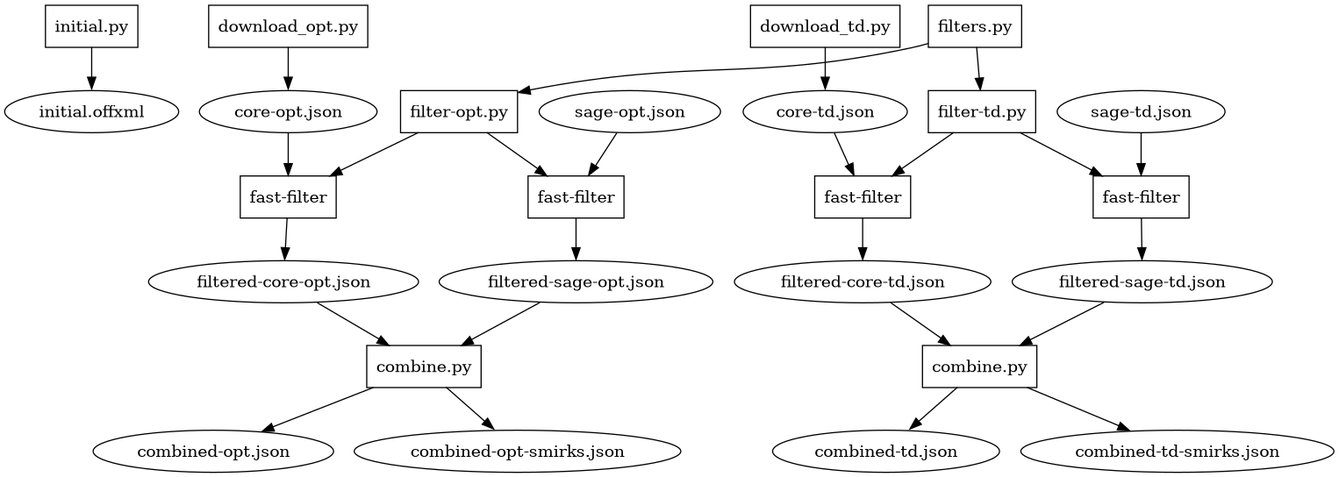
Earlier version of the Graphviz export graph/graph.png (ntBre/valence-fitting). Its source is kept beside it as graph/graph.dot.
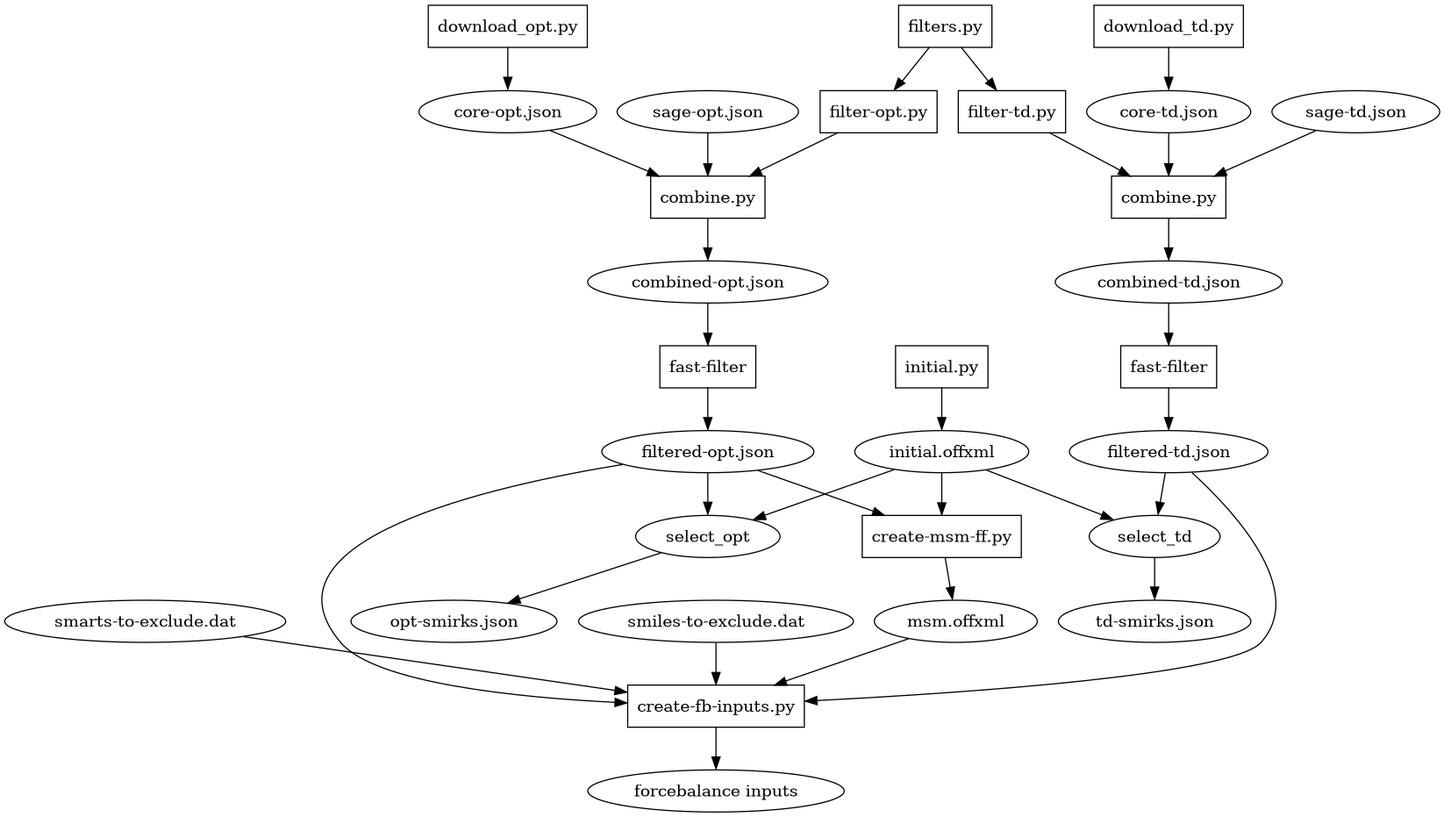
The same file after the commit.

Commit message:
update scripts, makefile, and graph for updated dependency graph

Diff of the diagram source:
```diff
@@ -2,6 +2,7 @@
     compound=true
 
     "initial.py" [shape=record]
+    msm [label="create-msm-ff.py", shape=record]
     download_opt [label="download_opt.py", shape=record]
     download_td [label="download_td.py", shape=record]
     filters [label="filters.py", shape=record]
@@ -9,38 +10,39 @@
     filter_td [label="filter-td.py"  , shape=record]
     ff_opt [label="fast-filter", shape=record]
     ff_td [label="fast-filter", shape=record]
-    ff_opt_sage [label="fast-filter", shape=record]
-    ff_td_sage [label="fast-filter", shape=record]
     combine_opt [label="combine.py", shape=record]
     combine_td [label="combine.py", shape=record]
+    initial_ff [label="initial.offxml"]
+    msm_ff [label="msm.offxml"]
+    create_fb [label="create-fb-inputs.py",shape=record]
 
-    "initial.py" -> "initial.offxml"
+
+    "initial.py" -> initial_ff
+
 
     filters -> { filter_opt, filter_td }
 
+
     download_opt -> "core-opt.json"
-    { "core-opt.json", filter_opt } -> ff_opt
-    ff_opt -> "filtered-core-opt.json"
+    download_td -> "core-td.json"
 
-    download_td -> "core-td.json"
-    { "core-td.json", filter_td } -> ff_td
-    ff_td -> "filtered-core-td.json"
 
-    { "sage-opt.json", filter_opt } -> ff_opt_sage
-    ff_opt_sage -> "filtered-sage-opt.json"
+    { "core-opt.json", "sage-opt.json", filter_opt } -> combine_opt -> "combined-opt.json"
+    { "core-td.json", "sage-td.json", filter_td } -> combine_td -> "combined-td.json"
 
-    { "sage-td.json", filter_td } -> ff_td_sage
-    ff_td_sage -> "filtered-sage-td.json"
 
-    { rank=same "filtered-sage-opt.json", "filtered-sage-td.json",
-    "filtered-core-opt.json" }
+    "combined-opt.json" -> ff_opt -> "filtered-opt.json"
+    "combined-td.json" -> ff_td -> "filtered-td.json"
 
-    { "filtered-core-opt.json", "filtered-sage-opt.json" } -> combine_opt
 
-    { "filtered-core-td.json", "filtered-sage-td.json" } -> combine_td
+    { "filtered-opt.json", initial_ff }  -> select_opt -> "opt-smirks.json"
+    { "filtered-td.json", initial_ff }  -> select_td -> "td-smirks.json"
 
-    combine_opt -> { "combined-opt.json", "combined-opt-smirks.json" }
 
-    combine_td -> { "combined-td.json", "combined-td-smirks.json" }
+    { initial_ff, "filtered-opt.json" } -> msm -> msm_ff
+
+
+    { "smiles-to-exclude.dat", "smarts-to-exclude.dat", "filtered-opt.json",
+    "filtered-td.json", msm_ff } -> create_fb -> { "forcebalance inputs" }
 
 }
```
